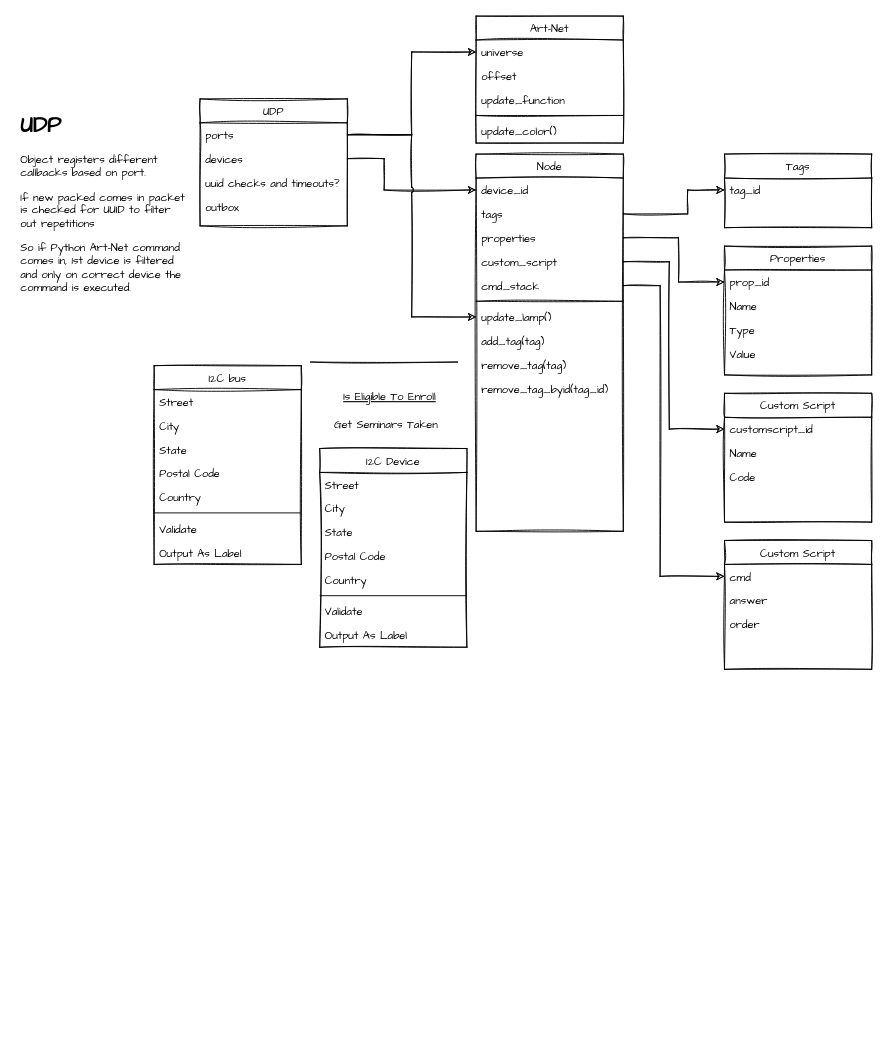
empire-ai/EmpireNode keeps this draw.io diagram as Untitled Diagram.drawio. Above is the earlier version. Source tidied: cells renumbered, new cells numbered last; positions are measured from the earlier drawing's top-left corner, leaving out a move shared by most shapes. Both pictures are drawn from the tidied source at 92%, with x=0, y=0 at pixel (16, 16).
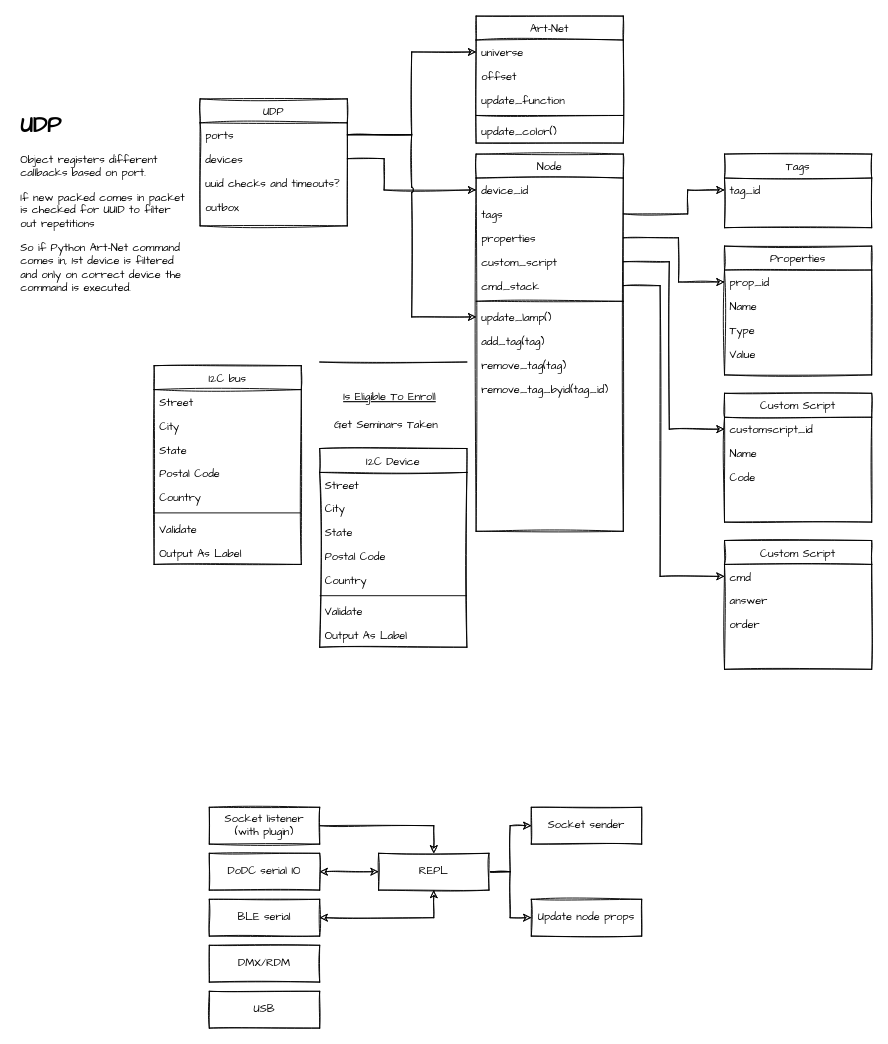
The same diagram, later.

What changed in the source:
```diff
@@
     <mxCell id="33" style="line;html=1;strokeWidth=1;align=left;verticalAlign=middle;spacingTop=-1;spacingLeft=3;spacingRight=3;labelPosition=right;sketch=1;" parent="1" vertex="1">
-      <mxGeometry x="320" y="372" width="160" height="8" as="geometry" />
+      <mxGeometry x="330" y="372" width="160" height="8" as="geometry" />
     </mxCell>
@@
+    <mxCell id="68" style="edgeStyle=orthogonalEdgeStyle;rounded=0;sketch=1;jumpStyle=arc;jumpSize=6;jettySize=auto;html=1;entryX=0.5;entryY=0;entryDx=0;entryDy=0;fontFamily=Architects Daughter;" parent="1" edge="1" source="69" target="72">
+      <mxGeometry relative="1" as="geometry">
+        <Array as="points">
+          <mxPoint x="454" y="880" />
+        </Array>
+      </mxGeometry>
+    </mxCell>
+    <mxCell id="69" value="Socket listener&lt;br&gt;(with plugin)" style="rounded=0;whiteSpace=wrap;html=1;glass=0;sketch=1;fontFamily=Architects Daughter;" parent="1" vertex="1">
+      <mxGeometry x="210" y="860" width="120" height="40" as="geometry" />
+    </mxCell>
+    <mxCell id="70" style="edgeStyle=orthogonalEdgeStyle;rounded=0;sketch=1;jumpStyle=arc;jumpSize=6;jettySize=auto;html=1;entryX=0;entryY=0.5;entryDx=0;entryDy=0;fontFamily=Architects Daughter;startArrow=none;startFill=0;" parent="1" edge="1" source="72" target="77">
+      <mxGeometry relative="1" as="geometry" />
+    </mxCell>
+    <mxCell id="71" style="edgeStyle=orthogonalEdgeStyle;rounded=0;sketch=1;jumpStyle=arc;jumpSize=6;jettySize=auto;html=1;entryX=0;entryY=0.5;entryDx=0;entryDy=0;fontFamily=Architects Daughter;startArrow=none;startFill=0;" parent="1" edge="1" source="72" target="80">
+      <mxGeometry relative="1" as="geometry" />
+    </mxCell>
+    <mxCell id="72" value="REPL" style="rounded=0;whiteSpace=wrap;html=1;glass=0;sketch=1;fontFamily=Architects Daughter;" parent="1" vertex="1">
+      <mxGeometry x="394" y="910" width="120" height="40" as="geometry" />
+    </mxCell>
+    <mxCell id="73" style="edgeStyle=orthogonalEdgeStyle;rounded=0;sketch=1;jumpStyle=arc;jumpSize=6;jettySize=auto;html=1;fontFamily=Architects Daughter;startArrow=classic;startFill=1;entryX=0;entryY=0.5;entryDx=0;entryDy=0;" parent="1" edge="1" source="74" target="72">
+      <mxGeometry relative="1" as="geometry">
+        <Array as="points">
+          <mxPoint x="240" y="930" />
+          <mxPoint x="240" y="930" />
+        </Array>
+      </mxGeometry>
+    </mxCell>
+    <mxCell id="74" value="DoDC serial IO" style="rounded=0;whiteSpace=wrap;html=1;glass=0;sketch=1;fontFamily=Architects Daughter;" parent="1" vertex="1">
+      <mxGeometry x="210" y="910" width="120" height="40" as="geometry" />
+    </mxCell>
+    <mxCell id="75" style="edgeStyle=orthogonalEdgeStyle;rounded=0;sketch=1;jumpStyle=arc;jumpSize=6;jettySize=auto;html=1;entryX=0.5;entryY=1;entryDx=0;entryDy=0;fontFamily=Architects Daughter;startArrow=classic;startFill=1;" parent="1" edge="1" source="76" target="72">
+      <mxGeometry relative="1" as="geometry" />
+    </mxCell>
+    <mxCell id="76" value="BLE serial" style="rounded=0;whiteSpace=wrap;html=1;glass=0;sketch=1;fontFamily=Architects Daughter;" parent="1" vertex="1">
+      <mxGeometry x="210" y="960" width="120" height="40" as="geometry" />
+    </mxCell>
+    <mxCell id="77" value="Socket sender" style="rounded=0;whiteSpace=wrap;html=1;glass=0;sketch=1;fontFamily=Architects Daughter;" parent="1" vertex="1">
+      <mxGeometry x="560" y="860" width="120" height="40" as="geometry" />
+    </mxCell>
+    <mxCell id="78" value="DMX/RDM" style="rounded=0;whiteSpace=wrap;html=1;glass=0;sketch=1;fontFamily=Architects Daughter;" parent="1" vertex="1">
+      <mxGeometry x="210" y="1010" width="120" height="40" as="geometry" />
+    </mxCell>
+    <mxCell id="79" value="USB" style="rounded=0;whiteSpace=wrap;html=1;glass=0;sketch=1;fontFamily=Architects Daughter;" parent="1" vertex="1">
+      <mxGeometry x="210" y="1060" width="120" height="40" as="geometry" />
+    </mxCell>
+    <mxCell id="80" value="Update node props" style="rounded=0;whiteSpace=wrap;html=1;glass=0;sketch=1;fontFamily=Architects Daughter;" parent="1" vertex="1">
+      <mxGeometry x="560" y="960" width="120" height="40" as="geometry" />
+    </mxCell>
```
